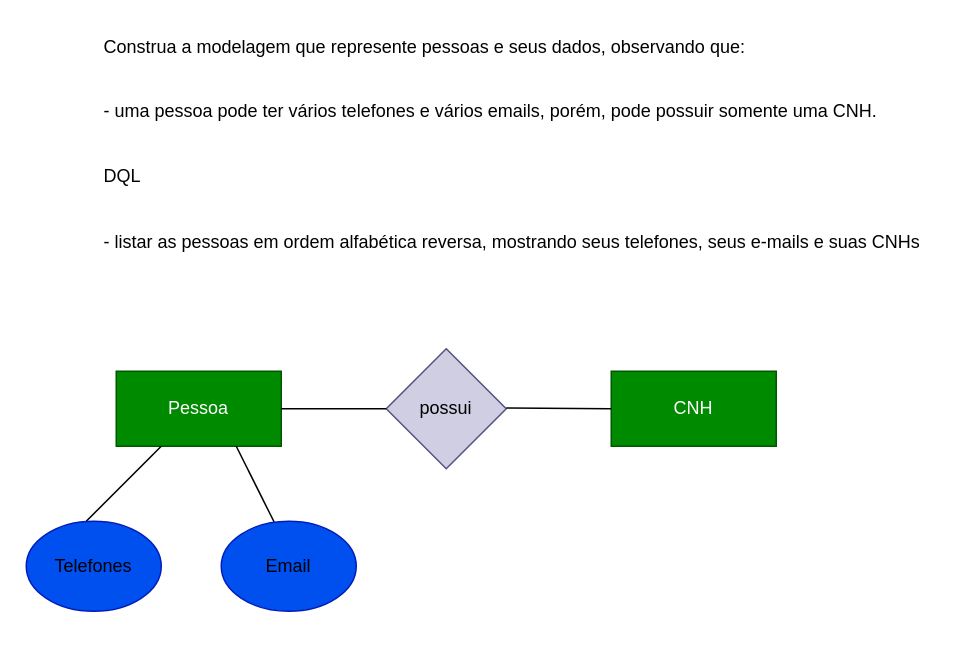
Above: sprint1-bd/exercicios/1.1-exercicio-pessoas/1.1exercicio-filmes.drawio in AlbatrozPyt/2S-SENAI-dv (draw.io), before the change. Source tidied: cells renumbered, new cells numbered last; positions are measured from the earlier drawing's top-left corner, leaving out a move shared by most shapes. Both pictures are drawn from the tidied source at 150%, with x=0, y=0 at pixel (26, 26).
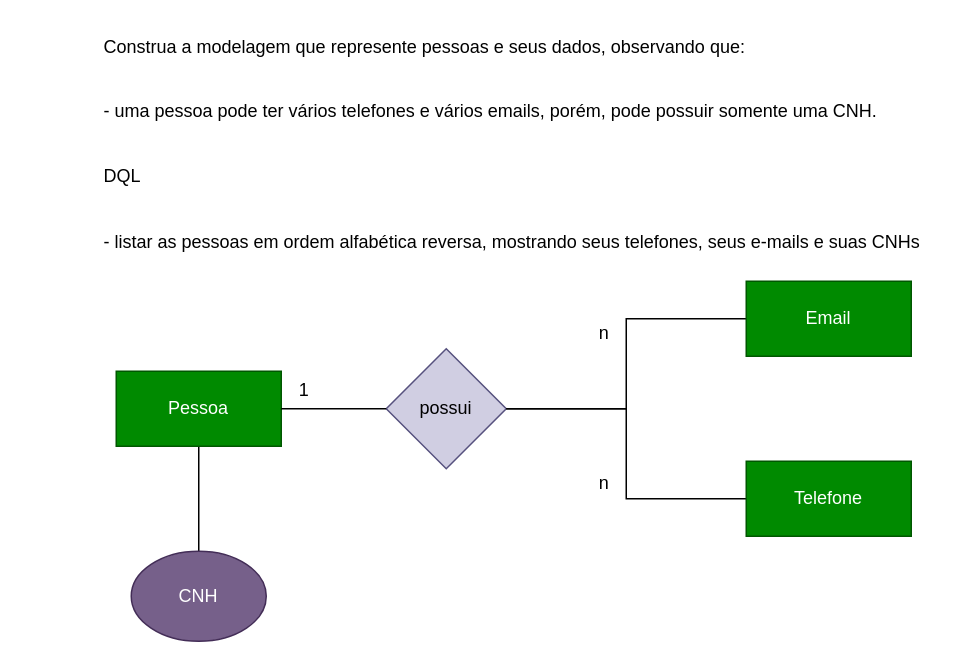
The same page after the edit.

Commit message (it also covers changes not shown here):
Arrumando exercicio

Change to the diagram source:
```diff
@@
 <mxGraphModel>
   <root>
     <mxCell id="0" />
     <mxCell id="1" parent="0" />
     <mxCell id="2" value="Construa a modelagem que represente pessoas e seus dados, observando que:&#10;&#10;&#10;- uma pessoa pode ter vários telefones e vários emails, porém, pode possuir somente uma CNH.&#10;&#10;&#10;DQL&#10;&#10;&#10;- listar as pessoas em ordem alfabética reversa, mostrando seus telefones, seus e-mails e suas CNHs" style="text;whiteSpace=wrap;" parent="1" vertex="1">
       <mxGeometry x="50" width="560" height="180" as="geometry" />
     </mxCell>
+    <mxCell id="15" style="edgeStyle=orthogonalEdgeStyle;rounded=0;jettySize=auto;html=1;entryX=0.5;entryY=0;entryDx=0;entryDy=0;endArrow=none;endFill=0;" parent="1" edge="1" source="3" target="4">
+      <mxGeometry relative="1" as="geometry" />
+    </mxCell>
     <mxCell id="3" value="Pessoa" style="html=1;whiteSpace=wrap;fillColor=#008a00;fontColor=#ffffff;strokeColor=#005700;" parent="1" vertex="1">
       <mxGeometry x="60" y="230" width="110" height="50" as="geometry" />
     </mxCell>
-    <mxCell id="4" value="CNH" style="html=1;whiteSpace=wrap;fillColor=#008a00;fontColor=#ffffff;strokeColor=#005700;" parent="1" vertex="1">
-      <mxGeometry x="390" y="230" width="110" height="50" as="geometry" />
-    </mxCell>
     <mxCell id="5" style="rhombus;whiteSpace=wrap;html=1;fillColor=#d0cee2;strokeColor=#56517e;" parent="1" vertex="1">
       <mxGeometry x="240" y="215" width="80" height="80" as="geometry" />
     </mxCell>
     <mxCell id="6" value="possui" style="text;html=1;strokeColor=none;fillColor=none;align=center;verticalAlign=middle;whiteSpace=wrap;rounded=0;" parent="1" vertex="1">
       <mxGeometry x="250" y="240" width="60" height="30" as="geometry" />
     </mxCell>
     <mxCell id="7" style="endArrow=none;html=1;rounded=0;exitX=1;exitY=0.5;exitDx=0;exitDy=0;entryX=0;entryY=0.5;entryDx=0;entryDy=0;" parent="1" edge="1" source="3" target="5">
       <mxGeometry relative="1" as="geometry" />
     </mxCell>
-    <mxCell id="8" style="endArrow=none;html=1;rounded=0;exitX=1;exitY=0.5;exitDx=0;exitDy=0;entryX=0;entryY=0.5;entryDx=0;entryDy=0;" parent="1" edge="1" target="4">
-      <mxGeometry relative="1" as="geometry">
-        <mxPoint x="320" y="254.5" as="sourcePoint" />
-      </mxGeometry>
-    </mxCell>
-    <mxCell id="9" style="endArrow=none;html=1;rounded=0;" parent="1" edge="1">
-      <mxGeometry relative="1" as="geometry">
-        <mxPoint x="40" y="330" as="sourcePoint" />
-        <mxPoint x="90" y="280" as="targetPoint" />
-      </mxGeometry>
-    </mxCell>
-    <mxCell id="10" style="endArrow=none;html=1;rounded=0;" parent="1" edge="1">
-      <mxGeometry relative="1" as="geometry">
-        <mxPoint x="170" y="340" as="sourcePoint" />
-        <mxPoint x="140" y="280" as="targetPoint" />
-      </mxGeometry>
-    </mxCell>
-    <mxCell id="11" style="ellipse;whiteSpace=wrap;html=1;fillColor=#0050ef;fontColor=#ffffff;strokeColor=#001DBC;" parent="1" vertex="1">
-      <mxGeometry y="330" width="90" height="60" as="geometry" />
-    </mxCell>
-    <mxCell id="12" style="ellipse;whiteSpace=wrap;html=1;fillColor=#0050ef;fontColor=#ffffff;strokeColor=#001DBC;" parent="1" vertex="1">
-      <mxGeometry x="130" y="330" width="90" height="60" as="geometry" />
-    </mxCell>
-    <mxCell id="13" value="Telefones" style="text;html=1;strokeColor=none;fillColor=none;align=center;verticalAlign=middle;whiteSpace=wrap;rounded=0;" parent="1" vertex="1">
-      <mxGeometry x="15" y="345" width="60" height="30" as="geometry" />
-    </mxCell>
+    <mxCell id="16" value="1" style="text;html=1;align=center;verticalAlign=middle;strokeColor=none;fillColor=none;" parent="1" vertex="1">
+      <mxGeometry x="170" y="228" width="30" height="30" as="geometry" />
+    </mxCell>
+    <mxCell id="17" style="edgeStyle=orthogonalEdgeStyle;rounded=0;jettySize=auto;html=1;endArrow=none;endFill=0;" parent="1" edge="1" source="18" target="5">
+      <mxGeometry relative="1" as="geometry" />
+    </mxCell>
+    <mxCell id="18" value="Telefone" style="html=1;whiteSpace=wrap;fillColor=#008a00;fontColor=#ffffff;strokeColor=#005700;" parent="1" vertex="1">
+      <mxGeometry x="480" y="290" width="110" height="50" as="geometry" />
+    </mxCell>
+    <mxCell id="19" style="edgeStyle=orthogonalEdgeStyle;rounded=0;jettySize=auto;html=1;entryX=1;entryY=0.5;entryDx=0;entryDy=0;endArrow=none;endFill=0;" parent="1" edge="1" source="14" target="5">
+      <mxGeometry relative="1" as="geometry" />
+    </mxCell>
-    <mxCell id="14" value="Email" style="text;html=1;strokeColor=none;fillColor=none;align=center;verticalAlign=middle;whiteSpace=wrap;rounded=0;" parent="1" vertex="1">
-      <mxGeometry x="145" y="345" width="60" height="30" as="geometry" />
+    <mxCell id="14" value="Email" style="html=1;whiteSpace=wrap;fillColor=#008a00;fontColor=#ffffff;strokeColor=#005700;" parent="1" vertex="1">
+      <mxGeometry x="480" y="170" width="110" height="50" as="geometry" />
     </mxCell>
+    <mxCell id="20" value="n" style="text;html=1;align=center;verticalAlign=middle;strokeColor=none;fillColor=none;" parent="1" vertex="1">
+      <mxGeometry x="370" y="190" width="30" height="30" as="geometry" />
+    </mxCell>
+    <mxCell id="21" value="n" style="text;html=1;align=center;verticalAlign=middle;strokeColor=none;fillColor=none;" parent="1" vertex="1">
+      <mxGeometry x="370" y="290" width="30" height="30" as="geometry" />
+    </mxCell>
+    <mxCell id="4" value="CNH" style="ellipse;whiteSpace=wrap;html=1;fillColor=#76608a;fontColor=#ffffff;strokeColor=#432D57;" parent="1" vertex="1">
+      <mxGeometry x="70" y="350" width="90" height="60" as="geometry" />
+    </mxCell>
   </root>
 </mxGraphModel>
```
